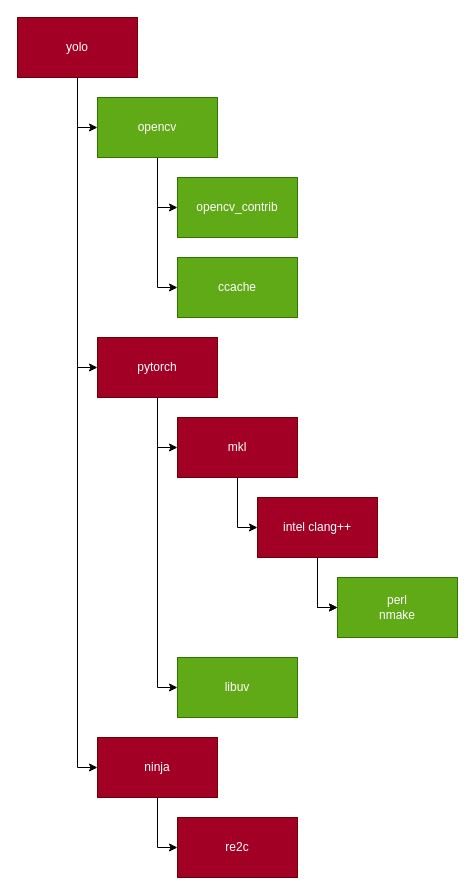
Before: Yolo_dependence.drawio in nVietUK/nVietUK, a draw.io diagram. Source tidied: cells renumbered, new cells numbered last; positions are measured from the earlier drawing's top-left corner, leaving out a move shared by most shapes. Both pictures are drawn from the tidied source at 100%, with x=0, y=0 at pixel (17, 17).
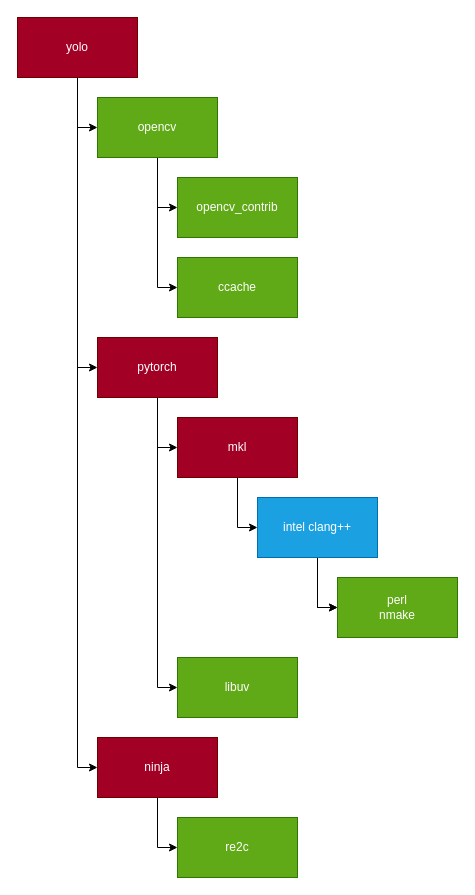
The same page after the edit.

The edit, as a diff of the source:
```diff
@@
-    <mxCell id="19" value="intel clang++&lt;br&gt;" style="rounded=0;whiteSpace=wrap;html=1;fillColor=#a20025;fontColor=#ffffff;strokeColor=#6F0000;" parent="1" vertex="1">
+    <mxCell id="19" value="intel clang++&lt;br&gt;" style="rounded=0;whiteSpace=wrap;html=1;fillColor=#1ba1e2;fontColor=#ffffff;strokeColor=#006EAF;" parent="1" vertex="1">
       <mxGeometry x="240" y="480" width="120" height="60" as="geometry" />
     </mxCell>
@@
-    <mxCell id="23" value="re2c&lt;br&gt;" style="whiteSpace=wrap;html=1;fillColor=#a20025;strokeColor=#6F0000;fontColor=#ffffff;rounded=0;" parent="1" vertex="1">
+    <mxCell id="23" value="re2c&lt;br&gt;" style="whiteSpace=wrap;html=1;fillColor=#60a917;strokeColor=#2D7600;fontColor=#ffffff;rounded=0;" parent="1" vertex="1">
       <mxGeometry x="160" y="800" width="120" height="60" as="geometry" />
     </mxCell>
```
